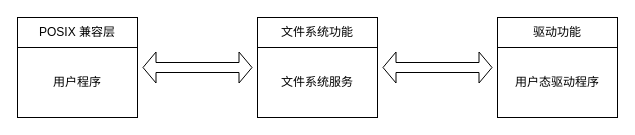
This is vfs/chfs_functionality.drawio from ReimuYk/drawio_master_graduate_paper, a draw.io file, before an edit. Source tidied: cells renumbered, new cells numbered last; positions are measured from the earlier drawing's top-left corner, leaving out a move shared by most shapes. Both pictures are drawn from the tidied source at 100%, with x=0, y=0 at pixel (17, 17).
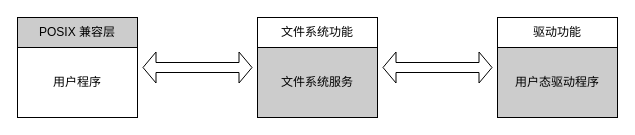
After the change.

The edit, as a diff of the source:
```diff
@@
 <mxGraphModel>
   <root>
     <mxCell id="0" />
     <mxCell id="1" parent="0" />
-    <mxCell id="2" value="POSIX 兼容层" style="rounded=0;whiteSpace=wrap;html=1;" parent="1" vertex="1">
+    <mxCell id="2" value="POSIX 兼容层" style="rounded=0;whiteSpace=wrap;html=1;fillColor=#CCCCCC;" parent="1" vertex="1">
       <mxGeometry width="120" height="30" as="geometry" />
     </mxCell>
     <mxCell id="3" value="用户程序" style="rounded=0;whiteSpace=wrap;html=1;" parent="1" vertex="1">
       <mxGeometry y="30" width="120" height="70" as="geometry" />
     </mxCell>
-    <mxCell id="4" value="驱动功能" style="rounded=0;whiteSpace=wrap;html=1;" parent="1" vertex="1">
+    <mxCell id="4" value="驱动功能" style="rounded=0;whiteSpace=wrap;html=1;fillColor=#FFFFFF;" parent="1" vertex="1">
       <mxGeometry x="480" width="120" height="30" as="geometry" />
     </mxCell>
-    <mxCell id="5" value="用户态驱动程序" style="rounded=0;whiteSpace=wrap;html=1;" parent="1" vertex="1">
+    <mxCell id="5" value="用户态驱动程序" style="rounded=0;whiteSpace=wrap;html=1;fillColor=#CCCCCC;" parent="1" vertex="1">
       <mxGeometry x="480" y="30" width="120" height="70" as="geometry" />
     </mxCell>
-    <mxCell id="6" value="文件系统功能" style="rounded=0;whiteSpace=wrap;html=1;" parent="1" vertex="1">
+    <mxCell id="6" value="文件系统功能" style="rounded=0;whiteSpace=wrap;html=1;fillColor=#FFFFFF;" parent="1" vertex="1">
       <mxGeometry x="240" width="120" height="30" as="geometry" />
     </mxCell>
-    <mxCell id="7" value="文件系统服务" style="rounded=0;whiteSpace=wrap;html=1;" parent="1" vertex="1">
+    <mxCell id="7" value="文件系统服务" style="rounded=0;whiteSpace=wrap;html=1;fillColor=#CCCCCC;" parent="1" vertex="1">
       <mxGeometry x="240" y="30" width="120" height="70" as="geometry" />
     </mxCell>
     <mxCell id="8" style="shape=flexArrow;endArrow=classic;startArrow=classic;html=1;rounded=0;endSize=4;startSize=4;targetPerimeterSpacing=0;" parent="1" edge="1">
       <mxGeometry relative="1" as="geometry">
         <mxPoint x="365" y="50" as="sourcePoint" />
         <mxPoint x="475" y="50" as="targetPoint" />
       </mxGeometry>
     </mxCell>
     <mxCell id="9" style="shape=flexArrow;endArrow=classic;startArrow=classic;html=1;rounded=0;endSize=4;startSize=4;targetPerimeterSpacing=0;" parent="1" edge="1">
       <mxGeometry relative="1" as="geometry">
         <mxPoint x="125" y="50" as="sourcePoint" />
         <mxPoint x="235" y="50" as="targetPoint" />
       </mxGeometry>
     </mxCell>
   </root>
 </mxGraphModel>
```
